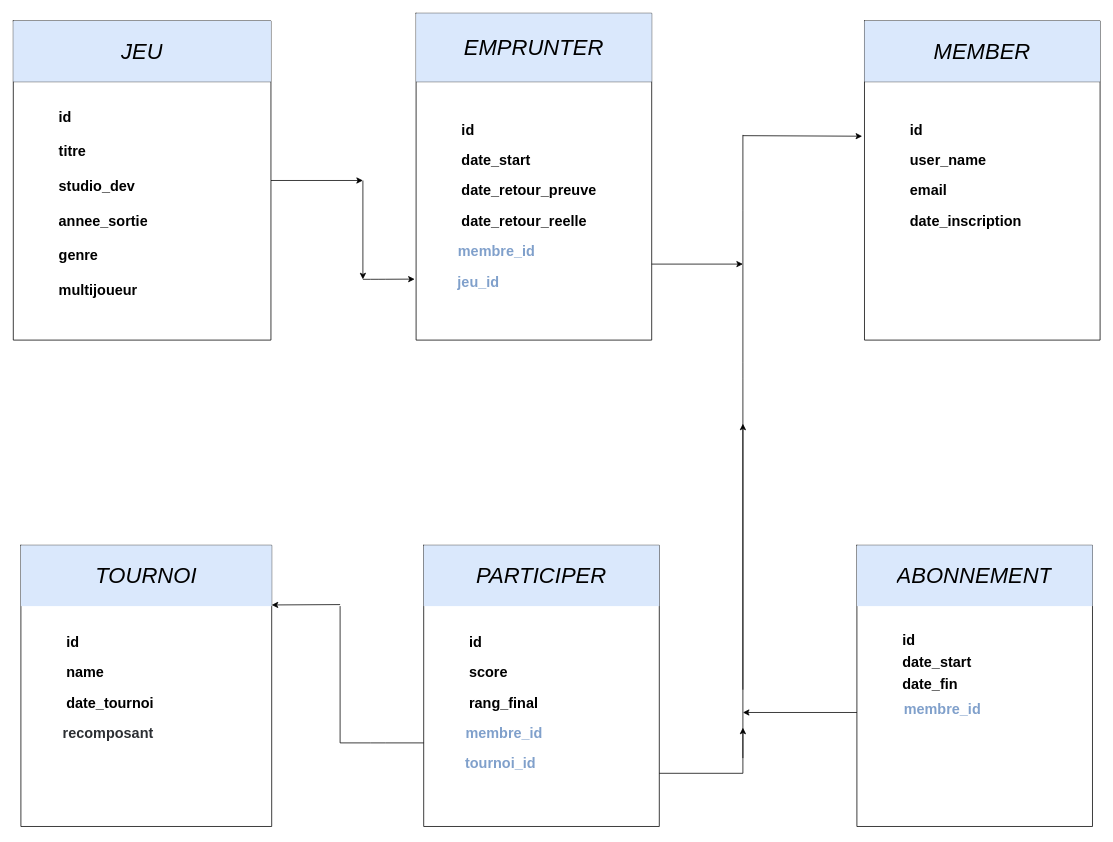
This is draw.drawio from NaamyFatimaZahra/Gestion-d-un-Club-de-Jeux-Vid-o, a draw.io file, before an edit. Source tidied: cells renumbered, new cells numbered last; positions are measured from the earlier drawing's top-left corner, leaving out a move shared by most shapes. Both pictures are drawn from the tidied source at 76%, with x=0, y=0 at pixel (13, 13).
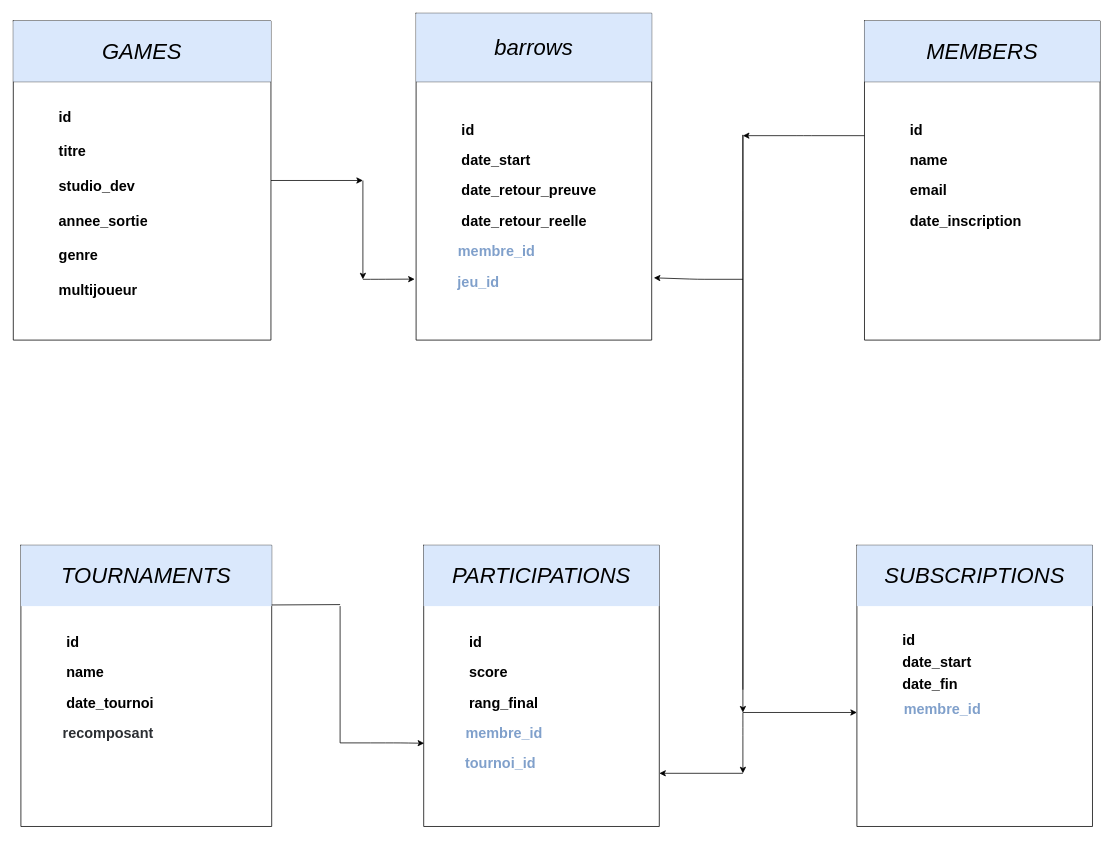
The same diagram, later.

Unchanged cells that the change refers to:
```xml
<mxCell id="4" style="shape=tableRow;horizontal=0;startSize=0;swimlaneHead=0;swimlaneBody=0;top=0;left=0;bottom=0;right=0;fillColor=none;" parent="3" vertex="1">
  <mxGeometry width="339" height="80" as="geometry" />
</mxCell>
<mxCell id="9" style="shape=tableRow;horizontal=0;startSize=0;swimlaneHead=0;swimlaneBody=0;top=0;left=0;bottom=0;right=0;fillColor=#dae8fc;strokeColor=#6c8ebf;" parent="8" vertex="1">
  <mxGeometry width="310" height="90" as="geometry" />
</mxCell>
<mxCell id="11" style="shape=tableRow;horizontal=1;startSize=0;swimlaneHead=0;swimlaneBody=0;top=0;left=0;bottom=0;right=0;fillColor=none;points=[[0,0.5],[1,0.5]];portConstraint=eastwest;verticalAlign=top;" parent="8" vertex="1">
  <mxGeometry y="90" width="310" height="340" as="geometry" />
</mxCell>
<mxCell id="14" style="shape=tableRow;horizontal=0;startSize=0;swimlaneHead=0;swimlaneBody=0;top=0;left=0;bottom=0;right=0;fillColor=none;" parent="13" vertex="1">
  <mxGeometry width="310" height="80" as="geometry" />
</mxCell>
<mxCell id="16" style="shape=tableRow;horizontal=1;startSize=0;swimlaneHead=0;swimlaneBody=0;top=0;left=0;bottom=0;right=0;fillColor=none;points=[[0,0.5],[1,0.5]];portConstraint=eastwest;verticalAlign=top;" parent="13" vertex="1">
  <mxGeometry y="80" width="310" height="340" as="geometry" />
</mxCell>
<mxCell id="23" style="shape=tableRow;horizontal=1;startSize=0;swimlaneHead=0;swimlaneBody=0;top=0;left=0;bottom=0;right=0;fillColor=none;points=[[0,0.5],[1,0.5]];portConstraint=eastwest;verticalAlign=top;" parent="22" vertex="1">
  <mxGeometry width="310" height="370" as="geometry" />
</mxCell>
```

What changed in the source:
```diff
@@
-    <mxCell id="5" value="&lt;font style=&quot;font-size: 29px;&quot;&gt;&lt;i&gt;JEU&lt;/i&gt;&lt;/font&gt;" style="shape=partialRectangle;html=1;whiteSpace=wrap;overflow=hidden;fillColor=#dae8fc;top=0;left=0;bottom=0;right=0;strokeColor=#6c8ebf;" parent="4" vertex="1">
+    <mxCell id="5" value="&lt;span style=&quot;font-size: 29px;&quot;&gt;&lt;i&gt;GAMES&lt;/i&gt;&lt;/span&gt;" style="shape=partialRectangle;html=1;whiteSpace=wrap;overflow=hidden;fillColor=#dae8fc;top=0;left=0;bottom=0;right=0;strokeColor=#6c8ebf;" parent="4" vertex="1">
       <mxGeometry width="339" height="80" as="geometry" />
     </mxCell>
@@
-    <mxCell id="10" value="&lt;font style=&quot;font-size: 29px;&quot;&gt;&lt;i&gt;EMPRUNTER&lt;/i&gt;&lt;/font&gt;" style="shape=partialRectangle;html=1;whiteSpace=wrap;overflow=hidden;fillColor=none;top=0;left=0;bottom=0;right=0;" parent="9" vertex="1">
+    <mxCell id="10" value="&lt;font style=&quot;font-size: 29px;&quot;&gt;&lt;i&gt;barrows&lt;/i&gt;&lt;/font&gt;" style="shape=partialRectangle;html=1;whiteSpace=wrap;overflow=hidden;fillColor=none;top=0;left=0;bottom=0;right=0;" parent="9" vertex="1">
       <mxGeometry width="310" height="90" as="geometry" />
     </mxCell>
@@
-    <mxCell id="15" value="&lt;font size=&quot;1&quot; style=&quot;&quot;&gt;&lt;i style=&quot;font-size: 29px;&quot;&gt;MEMBER&lt;/i&gt;&lt;/font&gt;" style="shape=partialRectangle;html=1;whiteSpace=wrap;overflow=hidden;fillColor=#dae8fc;top=0;left=0;bottom=0;right=0;strokeColor=#6c8ebf;" parent="14" vertex="1">
+    <mxCell id="15" value="&lt;font size=&quot;1&quot; style=&quot;&quot;&gt;&lt;i style=&quot;font-size: 29px;&quot;&gt;MEMBERS&lt;/i&gt;&lt;/font&gt;" style="shape=partialRectangle;html=1;whiteSpace=wrap;overflow=hidden;fillColor=#dae8fc;top=0;left=0;bottom=0;right=0;strokeColor=#6c8ebf;" parent="14" vertex="1">
       <mxGeometry width="310" height="80" as="geometry" />
     </mxCell>
@@
-    <mxCell id="17" value="&lt;p style=&quot;line-height: 150%;&quot;&gt;&amp;nbsp; &amp;nbsp; &amp;nbsp; &amp;nbsp; &amp;nbsp; &amp;nbsp; &amp;nbsp; &amp;nbsp; &amp;nbsp; &amp;nbsp;&lt;br&gt;&lt;br&gt;&lt;font style=&quot;font-size: 19px;&quot;&gt;&amp;nbsp; &amp;nbsp; &amp;nbsp; &amp;nbsp; &amp;nbsp; &amp;nbsp;id&lt;br&gt;&lt;br&gt;&amp;nbsp; &amp;nbsp; &amp;nbsp; &amp;nbsp; &amp;nbsp; &amp;nbsp;user_name&lt;br&gt;&lt;br&gt;&amp;nbsp; &amp;nbsp; &amp;nbsp; &amp;nbsp; &amp;nbsp; &amp;nbsp;email&lt;br&gt;&lt;br&gt;&amp;nbsp; &amp;nbsp; &amp;nbsp; &amp;nbsp; &amp;nbsp; &amp;nbsp;date_inscription&lt;br&gt;&lt;br style=&quot;border-color: var(--border-color);&quot;&gt;&lt;/font&gt;&lt;span style=&quot;background-color: rgb(255, 255, 255);&quot;&gt;&lt;font color=&quot;#80a0cb&quot;&gt;&amp;nbsp; &amp;nbsp; &amp;nbsp; &amp;nbsp; &amp;nbsp; &amp;nbsp; &amp;nbsp; &amp;nbsp;&amp;nbsp;&lt;span style=&quot;border-color: var(--border-color); font-size: 19px;&quot;&gt;&lt;br&gt;&lt;/span&gt;&lt;/font&gt;&lt;/span&gt;&lt;span style=&quot;border-color: var(--border-color); font-size: 19px;&quot;&gt;&lt;br&gt;&lt;font color=&quot;#80a0cb&quot;&gt;&amp;nbsp; &amp;nbsp; &amp;nbsp; &amp;nbsp; &amp;nbsp; &lt;/font&gt;&lt;/span&gt;&lt;font color=&quot;#80a0cb&quot;&gt;&lt;span style=&quot;border-color: var(--border-color);&quot;&gt;&amp;nbsp;&lt;/span&gt;&amp;nbsp; &amp;nbsp; &amp;nbsp; &amp;nbsp; &amp;nbsp; &amp;nbsp; &amp;nbsp; &amp;nbsp; &amp;nbsp; &amp;nbsp;&amp;nbsp;&lt;/font&gt;&lt;/p&gt;" style="shape=partialRectangle;html=1;whiteSpace=wrap;overflow=hidden;fillColor=none;top=0;left=0;bottom=0;right=0;align=left;horizontal=1;fontStyle=1;verticalAlign=top;" parent="16" vertex="1">
+    <mxCell id="17" value="&lt;p style=&quot;line-height: 150%;&quot;&gt;&amp;nbsp; &amp;nbsp; &amp;nbsp; &amp;nbsp; &amp;nbsp; &amp;nbsp; &amp;nbsp; &amp;nbsp; &amp;nbsp; &amp;nbsp;&lt;br&gt;&lt;br&gt;&lt;font style=&quot;font-size: 19px;&quot;&gt;&amp;nbsp; &amp;nbsp; &amp;nbsp; &amp;nbsp; &amp;nbsp; &amp;nbsp;id&lt;br&gt;&lt;br&gt;&amp;nbsp; &amp;nbsp; &amp;nbsp; &amp;nbsp; &amp;nbsp; &amp;nbsp;name&lt;br&gt;&lt;br&gt;&amp;nbsp; &amp;nbsp; &amp;nbsp; &amp;nbsp; &amp;nbsp; &amp;nbsp;email&lt;br&gt;&lt;br&gt;&amp;nbsp; &amp;nbsp; &amp;nbsp; &amp;nbsp; &amp;nbsp; &amp;nbsp;date_inscription&lt;br&gt;&lt;br style=&quot;border-color: var(--border-color);&quot;&gt;&lt;/font&gt;&lt;span style=&quot;background-color: rgb(255, 255, 255);&quot;&gt;&lt;font color=&quot;#80a0cb&quot;&gt;&amp;nbsp; &amp;nbsp; &amp;nbsp; &amp;nbsp; &amp;nbsp; &amp;nbsp; &amp;nbsp; &amp;nbsp;&amp;nbsp;&lt;span style=&quot;border-color: var(--border-color); font-size: 19px;&quot;&gt;&lt;br&gt;&lt;/span&gt;&lt;/font&gt;&lt;/span&gt;&lt;span style=&quot;border-color: var(--border-color); font-size: 19px;&quot;&gt;&lt;br&gt;&lt;font color=&quot;#80a0cb&quot;&gt;&amp;nbsp; &amp;nbsp; &amp;nbsp; &amp;nbsp; &amp;nbsp; &lt;/font&gt;&lt;/span&gt;&lt;font color=&quot;#80a0cb&quot;&gt;&lt;span style=&quot;border-color: var(--border-color);&quot;&gt;&amp;nbsp;&lt;/span&gt;&amp;nbsp; &amp;nbsp; &amp;nbsp; &amp;nbsp; &amp;nbsp; &amp;nbsp; &amp;nbsp; &amp;nbsp; &amp;nbsp; &amp;nbsp;&amp;nbsp;&lt;/font&gt;&lt;/p&gt;" style="shape=partialRectangle;html=1;whiteSpace=wrap;overflow=hidden;fillColor=none;top=0;left=0;bottom=0;right=0;align=left;horizontal=1;fontStyle=1;verticalAlign=top;" parent="16" vertex="1">
       <mxGeometry width="310" height="340" as="geometry" />
     </mxCell>
-    <mxCell id="18" style="edgeStyle=none;html=1;fontColor=#80a0cb;endArrow=none;endFill=0;startArrow=classic;startFill=1;" parent="1" edge="1">
+    <mxCell id="18" style="edgeStyle=none;html=1;fontColor=#80a0cb;endArrow=none;endFill=0;startArrow=classic;startFill=1;exitX=1.009;exitY=0.759;exitDx=0;exitDy=0;exitPerimeter=0;" parent="1" edge="1" source="11">
       <mxGeometry relative="1" as="geometry">
-        <mxPoint x="960" y="330" as="sourcePoint" />
-        <mxPoint x="840" y="330" as="targetPoint" />
+        <mxPoint x="960" y="350" as="targetPoint" />
+        <Array as="points">
+          <mxPoint x="900" y="350" />
+        </Array>
       </mxGeometry>
     </mxCell>
@@
-    <mxCell id="26" style="edgeStyle=none;jettySize=auto;html=1;fontColor=#80a0cb;endArrow=none;endFill=0;startArrow=classic;startFill=1;exitX=-0.01;exitY=0.211;exitDx=0;exitDy=0;exitPerimeter=0;" parent="1" edge="1" source="16">
+    <mxCell id="26" style="edgeStyle=none;orthogonalLoop=1;jettySize=auto;html=1;fontColor=#80a0cb;endArrow=none;endFill=0;startArrow=classic;startFill=1;" parent="1" edge="1">
       <mxGeometry relative="1" as="geometry">
-        <mxPoint x="960" y="161" as="targetPoint" />
+        <mxPoint x="960" y="161" as="sourcePoint" />
+        <mxPoint x="1120" y="161" as="targetPoint" />
+        <Array as="points">
+          <mxPoint x="1040" y="161" />
+        </Array>
       </mxGeometry>
     </mxCell>
@@
     <mxCell id="28" style="edgeStyle=none;orthogonalLoop=1;jettySize=auto;html=1;fontColor=#80a0cb;startArrow=classic;startFill=1;endArrow=none;endFill=0;" parent="1" edge="1">
       <mxGeometry relative="1" as="geometry">
-        <mxPoint x="960" y="540" as="sourcePoint" />
-        <mxPoint x="960" y="1000" as="targetPoint" />
+        <mxPoint x="960" y="920" as="sourcePoint" />
+        <mxPoint x="960" y="160" as="targetPoint" />
       </mxGeometry>
     </mxCell>
     <mxCell id="29" style="edgeStyle=none;orthogonalLoop=1;jettySize=auto;html=1;fontColor=#80a0cb;startArrow=classic;startFill=1;endArrow=none;endFill=0;endSize=6;strokeWidth=1;startSize=6;jumpSize=8;" parent="1" edge="1">
       <mxGeometry relative="1" as="geometry">
-        <mxPoint x="960" y="920" as="sourcePoint" />
-        <mxPoint x="1110" y="920" as="targetPoint" />
+        <mxPoint x="1110" y="920" as="sourcePoint" />
+        <mxPoint x="960" y="920" as="targetPoint" />
+        <Array as="points">
+          <mxPoint x="1110" y="920" />
+        </Array>
       </mxGeometry>
     </mxCell>
-    <mxCell id="30" value="&lt;font size=&quot;1&quot; style=&quot;&quot;&gt;&lt;i style=&quot;font-size: 29px;&quot;&gt;ABONNEMENT&lt;/i&gt;&lt;/font&gt;" style="shape=partialRectangle;html=1;whiteSpace=wrap;overflow=hidden;fillColor=#dae8fc;top=0;left=0;bottom=0;right=0;strokeColor=#6c8ebf;" parent="1" vertex="1">
+    <mxCell id="30" value="&lt;span style=&quot;font-size: 29px;&quot;&gt;&lt;i&gt;SUBSCRIPTIONS&lt;/i&gt;&lt;/span&gt;" style="shape=partialRectangle;html=1;whiteSpace=wrap;overflow=hidden;fillColor=#dae8fc;top=0;left=0;bottom=0;right=0;strokeColor=#6c8ebf;" parent="1" vertex="1">
       <mxGeometry x="1110" y="700" width="310" height="80" as="geometry" />
     </mxCell>
-    <mxCell id="31" value="&lt;font size=&quot;1&quot; style=&quot;&quot;&gt;&lt;i style=&quot;font-size: 29px;&quot;&gt;PARTICIPER&lt;/i&gt;&lt;/font&gt;" style="shape=partialRectangle;html=1;whiteSpace=wrap;overflow=hidden;fillColor=#dae8fc;top=0;left=0;bottom=0;right=0;strokeColor=#6c8ebf;" parent="1" vertex="1">
+    <mxCell id="31" value="&lt;span style=&quot;font-size: 29px;&quot;&gt;&lt;i&gt;PARTICIPATIONS&lt;/i&gt;&lt;/span&gt;" style="shape=partialRectangle;html=1;whiteSpace=wrap;overflow=hidden;fillColor=#dae8fc;top=0;left=0;bottom=0;right=0;strokeColor=#6c8ebf;" parent="1" vertex="1">
       <mxGeometry x="540" y="700" width="310" height="80" as="geometry" />
     </mxCell>
@@
-    <mxCell id="35" value="&lt;font size=&quot;1&quot; style=&quot;&quot;&gt;&lt;i style=&quot;font-size: 29px;&quot;&gt;TOURNOI&lt;/i&gt;&lt;/font&gt;" style="shape=partialRectangle;html=1;whiteSpace=wrap;overflow=hidden;fillColor=#dae8fc;top=0;left=0;bottom=0;right=0;strokeColor=#6c8ebf;" parent="1" vertex="1">
+    <mxCell id="35" value="&lt;span style=&quot;font-size: 29px;&quot;&gt;&lt;i&gt;TOURNAMENTS&lt;/i&gt;&lt;/span&gt;" style="shape=partialRectangle;html=1;whiteSpace=wrap;overflow=hidden;fillColor=#dae8fc;top=0;left=0;bottom=0;right=0;strokeColor=#6c8ebf;" parent="1" vertex="1">
       <mxGeometry x="10" y="700" width="330" height="80" as="geometry" />
     </mxCell>
-    <mxCell id="36" style="edgeStyle=none;orthogonalLoop=1;jettySize=auto;html=1;strokeWidth=1;fontSize=29;fontColor=#2C2F33;startArrow=classic;startFill=1;endArrow=none;endFill=0;startSize=6;endSize=6;jumpSize=8;" parent="1" edge="1">
+    <mxCell id="36" style="edgeStyle=none;orthogonalLoop=1;jettySize=auto;html=1;strokeWidth=1;fontSize=29;fontColor=#2C2F33;startArrow=none;startFill=0;endArrow=none;endFill=0;startSize=6;endSize=6;jumpSize=8;" parent="1" edge="1">
       <mxGeometry relative="1" as="geometry">
         <mxPoint x="340" y="778.5" as="sourcePoint" />
         <mxPoint x="430" y="778" as="targetPoint" />
       </mxGeometry>
     </mxCell>
@@
-    <mxCell id="38" style="edgeStyle=none;orthogonalLoop=1;jettySize=auto;html=1;strokeWidth=1;fontSize=29;fontColor=#2C2F33;startArrow=none;startFill=0;endArrow=none;endFill=0;startSize=6;endSize=6;jumpSize=8;" parent="1" edge="1">
+    <mxCell id="38" style="edgeStyle=none;jettySize=auto;html=1;strokeWidth=1;fontSize=29;fontColor=#2C2F33;startArrow=classic;startFill=1;endArrow=none;endFill=0;startSize=6;endSize=6;jumpSize=8;exitX=0.002;exitY=0.704;exitDx=0;exitDy=0;exitPerimeter=0;" parent="1" edge="1" source="23">
       <mxGeometry relative="1" as="geometry">
-        <mxPoint x="430" y="960" as="sourcePoint" />
-        <mxPoint x="540" y="960" as="targetPoint" />
+        <mxPoint x="430" y="960" as="targetPoint" />
         <Array as="points">
+          <mxPoint x="510" y="960" />
           <mxPoint x="480" y="960" />
         </Array>
       </mxGeometry>
     </mxCell>
-    <mxCell id="39" style="edgeStyle=none;orthogonalLoop=1;jettySize=auto;html=1;strokeWidth=1;fontSize=29;fontColor=#2C2F33;startArrow=none;startFill=0;endArrow=none;endFill=0;startSize=6;endSize=6;jumpSize=8;" parent="1" edge="1">
+    <mxCell id="39" style="edgeStyle=none;orthogonalLoop=1;jettySize=auto;html=1;strokeWidth=1;fontSize=29;fontColor=#2C2F33;startArrow=classic;startFill=1;endArrow=none;endFill=0;startSize=6;endSize=6;jumpSize=8;" parent="1" edge="1">
       <mxGeometry relative="1" as="geometry">
         <mxPoint x="850" y="1000" as="sourcePoint" />
         <mxPoint x="960" y="1000" as="targetPoint" />
       </mxGeometry>
     </mxCell>
     <mxCell id="40" style="edgeStyle=none;orthogonalLoop=1;jettySize=auto;html=1;strokeWidth=1;fontSize=29;fontColor=#2C2F33;startArrow=classic;startFill=1;endArrow=none;endFill=0;startSize=6;endSize=6;jumpSize=8;" parent="1" edge="1">
       <mxGeometry relative="1" as="geometry">
-        <mxPoint x="960" y="940" as="sourcePoint" />
-        <mxPoint x="960" y="980" as="targetPoint" />
+        <mxPoint x="960" y="1000" as="sourcePoint" />
+        <mxPoint x="960" y="920" as="targetPoint" />
+        <Array as="points">
+          <mxPoint x="960" y="940" />
+        </Array>
       </mxGeometry>
     </mxCell>
```
